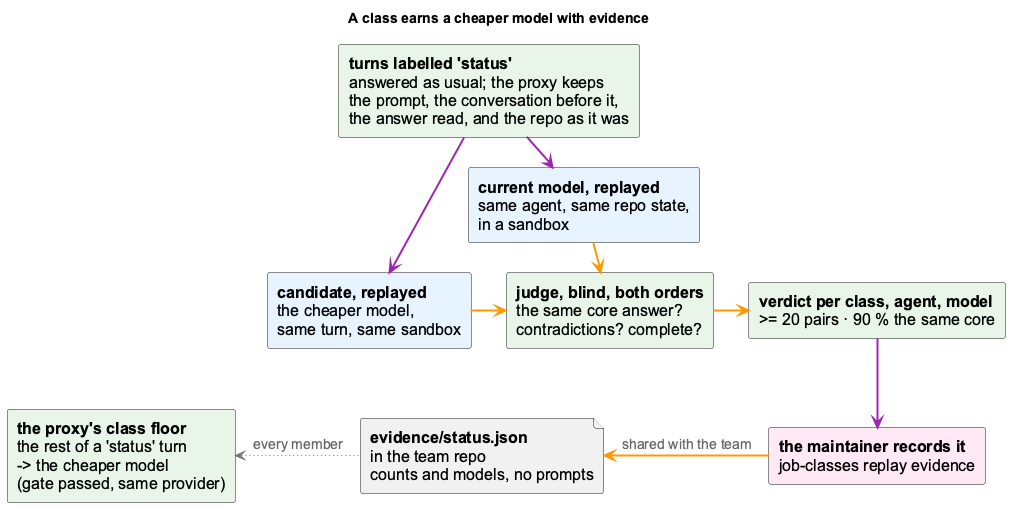
Above: docs-content/images/job-class-trial-routing.png in fwornle/coding (PlantUML), before the change.
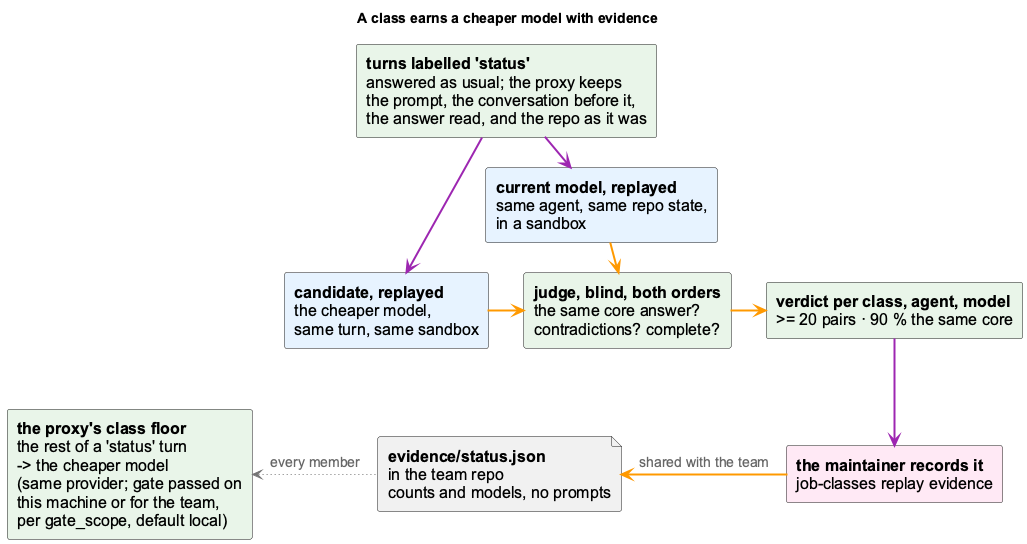
Above is the later version.

Change to the diagram source:
```diff
@@ -15,7 +15,7 @@
 component "**verdict per class, agent, model**\n>= 20 pairs · 90 % the same core" as verdict <<core>>
 component "**the maintainer records it**\njob-classes replay evidence" as accept <<cli>>
 file "**evidence/status.json**\nin the team repo\ncounts and models, no prompts" as ev <<storage>>
-component "**the proxy's class floor**\nthe rest of a 'status' turn\n-> the cheaper model\n(gate passed, same provider)" as next <<core>>
+component "**the proxy's class floor**\nthe rest of a 'status' turn\n-> the cheaper model\n(same provider; gate passed on\nthis machine or for the team,\nper gate_scope, default local)" as next <<core>>
 
 turns -[#9C27B0,thickness=2]right-> inc
 turns -[#9C27B0,thickness=2]down-> cand
```
